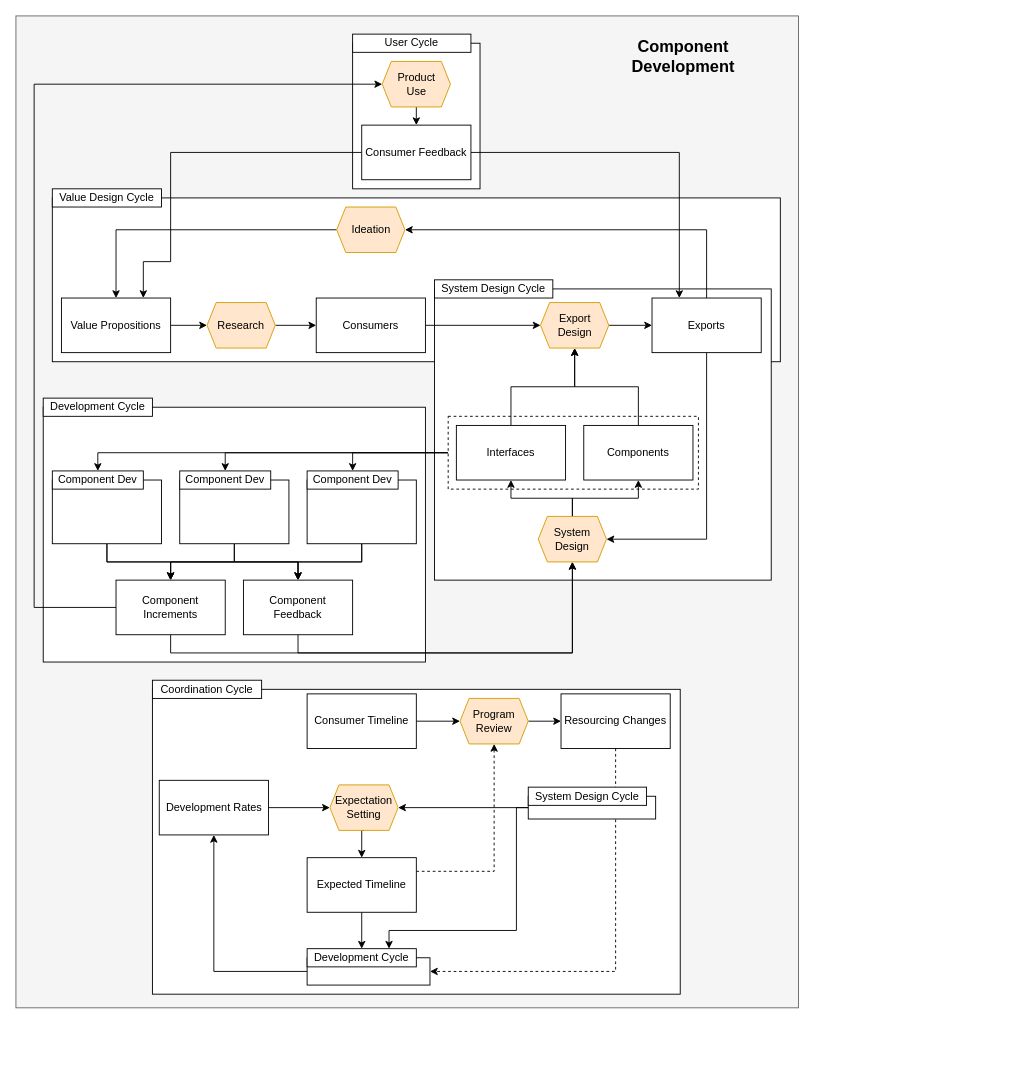
Above: Product_Management_Flow.drawio in mgietzmann/moonshotbook (draw.io), before the change. Source tidied: cells renumbered, new cells numbered last; positions are measured from the earlier drawing's top-left corner, leaving out a move shared by most shapes. Both pictures are drawn from the tidied source at 91%, with x=0, y=0 at pixel (15, 15).
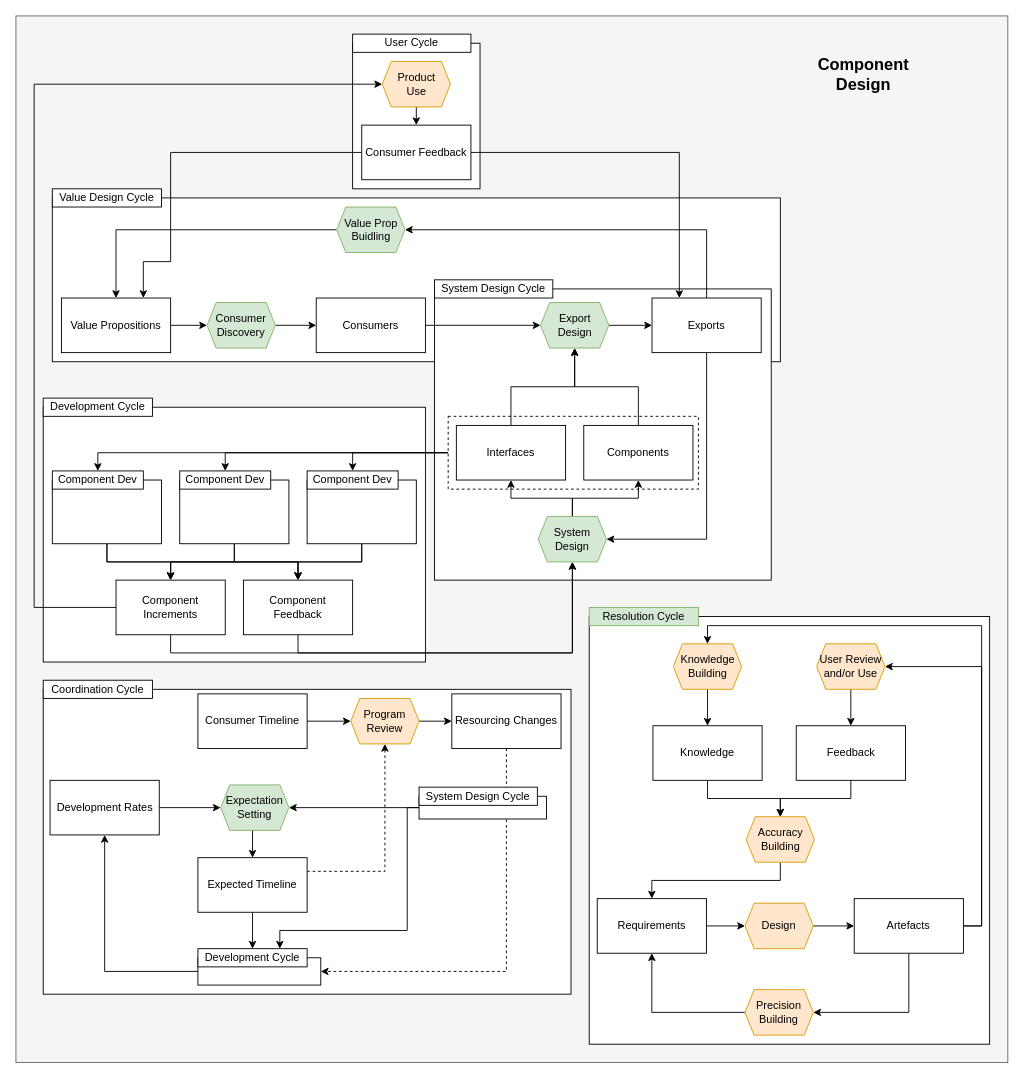
Above is the later version.

Change to the diagram source:
```diff
@@
     <mxCell id="2" style="rounded=0;whiteSpace=wrap;html=1;strokeColor=#666666;fillColor=#f5f5f5;fontColor=#333333;" parent="1" vertex="1">
-      <mxGeometry width="860" height="1090" as="geometry" />
+      <mxGeometry width="1090" height="1150" as="geometry" />
     </mxCell>
+    <mxCell id="80" style="rounded=0;whiteSpace=wrap;html=1;" parent="1" vertex="1">
+      <mxGeometry x="630" y="660" width="440" height="470" as="geometry" />
+    </mxCell>
@@
     <mxCell id="4" style="rounded=0;whiteSpace=wrap;html=1;strokeColor=#000000;" parent="1" vertex="1">
-      <mxGeometry x="150" y="740" width="580" height="335" as="geometry" />
+      <mxGeometry x="30" y="740" width="580" height="335" as="geometry" />
     </mxCell>
@@
-    <mxCell id="16" value="Research" style="shape=hexagon;perimeter=hexagonPerimeter2;whiteSpace=wrap;html=1;fixedSize=1;size=10;fillColor=#ffe6cc;strokeColor=#d79b00;" parent="1" vertex="1">
+    <mxCell id="16" value="Consumer Discovery" style="shape=hexagon;perimeter=hexagonPerimeter2;whiteSpace=wrap;html=1;fixedSize=1;size=10;fillColor=#d5e8d4;strokeColor=#82b366;" parent="1" vertex="1">
       <mxGeometry x="210" y="315" width="75" height="50" as="geometry" />
     </mxCell>
@@
-    <mxCell id="20" value="Export Design" style="shape=hexagon;perimeter=hexagonPerimeter2;whiteSpace=wrap;html=1;fixedSize=1;size=10;fillColor=#ffe6cc;strokeColor=#d79b00;" parent="1" vertex="1">
+    <mxCell id="20" value="Export Design" style="shape=hexagon;perimeter=hexagonPerimeter2;whiteSpace=wrap;html=1;fixedSize=1;size=10;fillColor=#d5e8d4;strokeColor=#82b366;" parent="1" vertex="1">
       <mxGeometry x="576.5" y="315" width="75" height="50" as="geometry" />
     </mxCell>
@@
-    <mxCell id="25" value="Ideation" style="shape=hexagon;perimeter=hexagonPerimeter2;whiteSpace=wrap;html=1;fixedSize=1;size=10;fillColor=#ffe6cc;strokeColor=#d79b00;" parent="1" vertex="1">
+    <mxCell id="25" value="Value Prop Buidling" style="shape=hexagon;perimeter=hexagonPerimeter2;whiteSpace=wrap;html=1;fixedSize=1;size=10;fillColor=#d5e8d4;strokeColor=#82b366;" parent="1" vertex="1">
       <mxGeometry x="352.5" y="210" width="75" height="50" as="geometry" />
     </mxCell>
@@
-    <mxCell id="29" value="System Design" style="shape=hexagon;perimeter=hexagonPerimeter2;whiteSpace=wrap;html=1;fixedSize=1;size=10;fillColor=#ffe6cc;strokeColor=#d79b00;" parent="1" vertex="1">
+    <mxCell id="29" value="System Design" style="shape=hexagon;perimeter=hexagonPerimeter2;whiteSpace=wrap;html=1;fixedSize=1;size=10;fillColor=#d5e8d4;strokeColor=#82b366;" parent="1" vertex="1">
       <mxGeometry x="574" y="550" width="75" height="50" as="geometry" />
     </mxCell>
@@
     <mxCell id="59" style="rounded=0;whiteSpace=wrap;html=1;strokeColor=#000000;" parent="1" vertex="1">
-      <mxGeometry x="320" y="1035" width="135" height="30" as="geometry" />
+      <mxGeometry x="200" y="1035" width="135" height="30" as="geometry" />
     </mxCell>
@@
     <mxCell id="61" style="edgeStyle=orthogonalEdgeStyle;rounded=0;jettySize=auto;html=1;exitX=0;exitY=0.5;exitDx=0;exitDy=0;entryX=0.75;entryY=0;entryDx=0;entryDy=0;strokeColor=#000000;" parent="1" edge="1" source="62" target="63">
       <mxGeometry relative="1" as="geometry">
         <Array as="points">
-          <mxPoint x="550" y="870" />
-          <mxPoint x="550" y="1005" />
-          <mxPoint x="410" y="1005" />
+          <mxPoint x="430" y="870" />
+          <mxPoint x="430" y="1005" />
+          <mxPoint x="290" y="1005" />
         </Array>
       </mxGeometry>
     </mxCell>
     <mxCell id="62" style="rounded=0;whiteSpace=wrap;html=1;strokeColor=#000000;" parent="1" vertex="1">
-      <mxGeometry x="563" y="857.5" width="140" height="25" as="geometry" />
+      <mxGeometry x="443" y="857.5" width="140" height="25" as="geometry" />
     </mxCell>
     <mxCell id="63" value="Development Cycle" style="rounded=0;whiteSpace=wrap;html=1;strokeColor=#000000;" parent="1" vertex="1">
-      <mxGeometry x="320" y="1025" width="120" height="20" as="geometry" />
+      <mxGeometry x="200" y="1025" width="120" height="20" as="geometry" />
     </mxCell>
@@
     <mxCell id="65" value="Development Rates" style="rounded=0;whiteSpace=wrap;html=1;strokeColor=#000000;" parent="1" vertex="1">
-      <mxGeometry x="157.5" y="840" width="120" height="60" as="geometry" />
+      <mxGeometry x="37.5" y="840" width="120" height="60" as="geometry" />
     </mxCell>
@@
     <mxCell id="68" value="Expected Timeline" style="rounded=0;whiteSpace=wrap;html=1;strokeColor=#000000;" parent="1" vertex="1">
-      <mxGeometry x="320" y="925" width="120" height="60" as="geometry" />
+      <mxGeometry x="200" y="925" width="120" height="60" as="geometry" />
     </mxCell>
@@
-    <mxCell id="70" value="Expectation Setting" style="shape=hexagon;perimeter=hexagonPerimeter2;whiteSpace=wrap;html=1;fixedSize=1;size=10;strokeColor=#d79b00;fillColor=#ffe6cc;" parent="1" vertex="1">
-      <mxGeometry x="345" y="845" width="75" height="50" as="geometry" />
+    <mxCell id="70" value="Expectation Setting" style="shape=hexagon;perimeter=hexagonPerimeter2;whiteSpace=wrap;html=1;fixedSize=1;size=10;strokeColor=#82b366;fillColor=#d5e8d4;" parent="1" vertex="1">
+      <mxGeometry x="225" y="845" width="75" height="50" as="geometry" />
     </mxCell>
@@
     <mxCell id="72" value="Consumer Timeline" style="rounded=0;whiteSpace=wrap;html=1;strokeColor=#000000;" parent="1" vertex="1">
-      <mxGeometry x="320" y="745" width="120" height="60" as="geometry" />
+      <mxGeometry x="200" y="745" width="120" height="60" as="geometry" />
     </mxCell>
@@
     <mxCell id="74" value="Program Review" style="shape=hexagon;perimeter=hexagonPerimeter2;whiteSpace=wrap;html=1;fixedSize=1;size=10;strokeColor=#d79b00;fillColor=#ffe6cc;" parent="1" vertex="1">
-      <mxGeometry x="488" y="750" width="75" height="50" as="geometry" />
+      <mxGeometry x="368" y="750" width="75" height="50" as="geometry" />
     </mxCell>
     <mxCell id="75" value="Resourcing Changes" style="rounded=0;whiteSpace=wrap;html=1;strokeColor=#000000;" parent="1" vertex="1">
-      <mxGeometry x="599" y="745" width="120" height="60" as="geometry" />
+      <mxGeometry x="479" y="745" width="120" height="60" as="geometry" />
     </mxCell>
     <mxCell id="76" value="System Design Cycle" style="rounded=0;whiteSpace=wrap;html=1;" parent="1" vertex="1">
-      <mxGeometry x="563" y="847.5" width="130" height="20" as="geometry" />
+      <mxGeometry x="443" y="847.5" width="130" height="20" as="geometry" />
     </mxCell>
     <mxCell id="77" value="Coordination Cycle" style="rounded=0;whiteSpace=wrap;html=1;strokeColor=#000000;" parent="1" vertex="1">
-      <mxGeometry x="150" y="730" width="120" height="20" as="geometry" />
+      <mxGeometry x="30" y="730" width="120" height="20" as="geometry" />
     </mxCell>
@@
-    <mxCell id="79" value="&lt;b&gt;&lt;font style=&quot;font-size: 18px;&quot;&gt;Component Development&lt;/font&gt;&lt;/b&gt;" style="text;html=1;strokeColor=none;fillColor=none;align=center;verticalAlign=middle;whiteSpace=wrap;rounded=0;" parent="1" vertex="1">
-      <mxGeometry x="624" y="20" width="219" height="50" as="geometry" />
+    <mxCell id="79" value="&lt;b&gt;&lt;font style=&quot;font-size: 18px;&quot;&gt;Component &lt;br&gt;Design&lt;/font&gt;&lt;/b&gt;" style="text;html=1;strokeColor=none;fillColor=none;align=center;verticalAlign=middle;whiteSpace=wrap;rounded=0;" parent="1" vertex="1">
+      <mxGeometry x="822.2" y="40" width="219" height="50" as="geometry" />
     </mxCell>
+    <mxCell id="81" style="edgeStyle=orthogonalEdgeStyle;rounded=0;jettySize=auto;html=1;exitX=0.5;exitY=1;exitDx=0;exitDy=0;entryX=0.5;entryY=0;entryDx=0;entryDy=0;" parent="1" edge="1" source="82" target="84">
+      <mxGeometry relative="1" as="geometry" />
+    </mxCell>
+    <mxCell id="82" value="Knowledge Building" style="shape=hexagon;perimeter=hexagonPerimeter2;whiteSpace=wrap;html=1;fixedSize=1;size=10;fillColor=#ffe6cc;strokeColor=#d79b00;" parent="1" vertex="1">
+      <mxGeometry x="722.5" y="690" width="75" height="50" as="geometry" />
+    </mxCell>
+    <mxCell id="83" style="edgeStyle=orthogonalEdgeStyle;rounded=0;jettySize=auto;html=1;exitX=0.5;exitY=1;exitDx=0;exitDy=0;entryX=0.5;entryY=0;entryDx=0;entryDy=0;" parent="1" edge="1" source="84" target="98">
+      <mxGeometry relative="1" as="geometry" />
+    </mxCell>
+    <mxCell id="84" value="Knowledge" style="rounded=0;whiteSpace=wrap;html=1;" parent="1" vertex="1">
+      <mxGeometry x="700" y="780" width="120" height="60" as="geometry" />
+    </mxCell>
+    <mxCell id="85" style="edgeStyle=orthogonalEdgeStyle;rounded=0;jettySize=auto;html=1;exitX=0.5;exitY=1;exitDx=0;exitDy=0;" parent="1" edge="1" source="86" target="88">
+      <mxGeometry relative="1" as="geometry" />
+    </mxCell>
+    <mxCell id="86" value="User Review and/or Use" style="shape=hexagon;perimeter=hexagonPerimeter2;whiteSpace=wrap;html=1;fixedSize=1;size=10;fillColor=#ffe6cc;strokeColor=#d79b00;" parent="1" vertex="1">
+      <mxGeometry x="880" y="690" width="75" height="50" as="geometry" />
+    </mxCell>
+    <mxCell id="87" style="edgeStyle=orthogonalEdgeStyle;rounded=0;jettySize=auto;html=1;exitX=0.5;exitY=1;exitDx=0;exitDy=0;entryX=0.5;entryY=0;entryDx=0;entryDy=0;" parent="1" edge="1" source="88" target="98">
+      <mxGeometry relative="1" as="geometry" />
+    </mxCell>
+    <mxCell id="88" value="Feedback" style="rounded=0;whiteSpace=wrap;html=1;" parent="1" vertex="1">
+      <mxGeometry x="857.5" y="780" width="120" height="60" as="geometry" />
+    </mxCell>
+    <mxCell id="89" style="edgeStyle=orthogonalEdgeStyle;rounded=0;jettySize=auto;html=1;exitX=1;exitY=0.5;exitDx=0;exitDy=0;entryX=0;entryY=0.5;entryDx=0;entryDy=0;" parent="1" edge="1" source="90" target="92">
+      <mxGeometry relative="1" as="geometry" />
+    </mxCell>
+    <mxCell id="90" value="Requirements" style="rounded=0;whiteSpace=wrap;html=1;" parent="1" vertex="1">
+      <mxGeometry x="638.8" y="970" width="120" height="60" as="geometry" />
+    </mxCell>
+    <mxCell id="91" style="edgeStyle=orthogonalEdgeStyle;rounded=0;jettySize=auto;html=1;exitX=1;exitY=0.5;exitDx=0;exitDy=0;" parent="1" edge="1" source="92" target="96">
+      <mxGeometry relative="1" as="geometry" />
+    </mxCell>
+    <mxCell id="92" value="Design" style="shape=hexagon;perimeter=hexagonPerimeter2;whiteSpace=wrap;html=1;fixedSize=1;size=10;fillColor=#ffe6cc;strokeColor=#d79b00;" parent="1" vertex="1">
+      <mxGeometry x="801.2" y="975" width="75" height="50" as="geometry" />
+    </mxCell>
+    <mxCell id="93" style="edgeStyle=orthogonalEdgeStyle;rounded=0;jettySize=auto;html=1;exitX=0.5;exitY=1;exitDx=0;exitDy=0;entryX=1;entryY=0.5;entryDx=0;entryDy=0;" parent="1" edge="1" source="96" target="100">
+      <mxGeometry relative="1" as="geometry" />
+    </mxCell>
+    <mxCell id="94" style="edgeStyle=orthogonalEdgeStyle;rounded=0;jettySize=auto;html=1;exitX=1;exitY=0.5;exitDx=0;exitDy=0;entryX=1;entryY=0.5;entryDx=0;entryDy=0;" parent="1" edge="1" source="96" target="86">
+      <mxGeometry relative="1" as="geometry" />
+    </mxCell>
+    <mxCell id="95" style="edgeStyle=orthogonalEdgeStyle;rounded=0;jettySize=auto;html=1;exitX=1;exitY=0.5;exitDx=0;exitDy=0;entryX=0.5;entryY=0;entryDx=0;entryDy=0;" parent="1" edge="1" source="96" target="82">
+      <mxGeometry relative="1" as="geometry" />
+    </mxCell>
+    <mxCell id="96" value="Artefacts" style="rounded=0;whiteSpace=wrap;html=1;" parent="1" vertex="1">
+      <mxGeometry x="921.2" y="970" width="120" height="60" as="geometry" />
+    </mxCell>
+    <mxCell id="97" style="edgeStyle=orthogonalEdgeStyle;rounded=0;jettySize=auto;html=1;exitX=0.5;exitY=1;exitDx=0;exitDy=0;" parent="1" edge="1" source="98" target="90">
+      <mxGeometry relative="1" as="geometry" />
+    </mxCell>
+    <mxCell id="98" value="Accuracy Building" style="shape=hexagon;perimeter=hexagonPerimeter2;whiteSpace=wrap;html=1;fixedSize=1;size=10;fillColor=#ffe6cc;strokeColor=#d79b00;" parent="1" vertex="1">
+      <mxGeometry x="802.5" y="880" width="75" height="50" as="geometry" />
+    </mxCell>
+    <mxCell id="99" style="edgeStyle=orthogonalEdgeStyle;rounded=0;jettySize=auto;html=1;exitX=0;exitY=0.5;exitDx=0;exitDy=0;entryX=0.5;entryY=1;entryDx=0;entryDy=0;" parent="1" edge="1" source="100" target="90">
+      <mxGeometry relative="1" as="geometry" />
+    </mxCell>
+    <mxCell id="100" value="Precision Building" style="shape=hexagon;perimeter=hexagonPerimeter2;whiteSpace=wrap;html=1;fixedSize=1;size=10;fillColor=#ffe6cc;strokeColor=#d79b00;" parent="1" vertex="1">
+      <mxGeometry x="801.2" y="1070" width="75" height="50" as="geometry" />
+    </mxCell>
+    <mxCell id="101" value="Resolution Cycle" style="rounded=0;whiteSpace=wrap;html=1;fillColor=#d5e8d4;strokeColor=#82b366;" parent="1" vertex="1">
+      <mxGeometry x="630" y="650" width="120" height="20" as="geometry" />
+    </mxCell>
```
